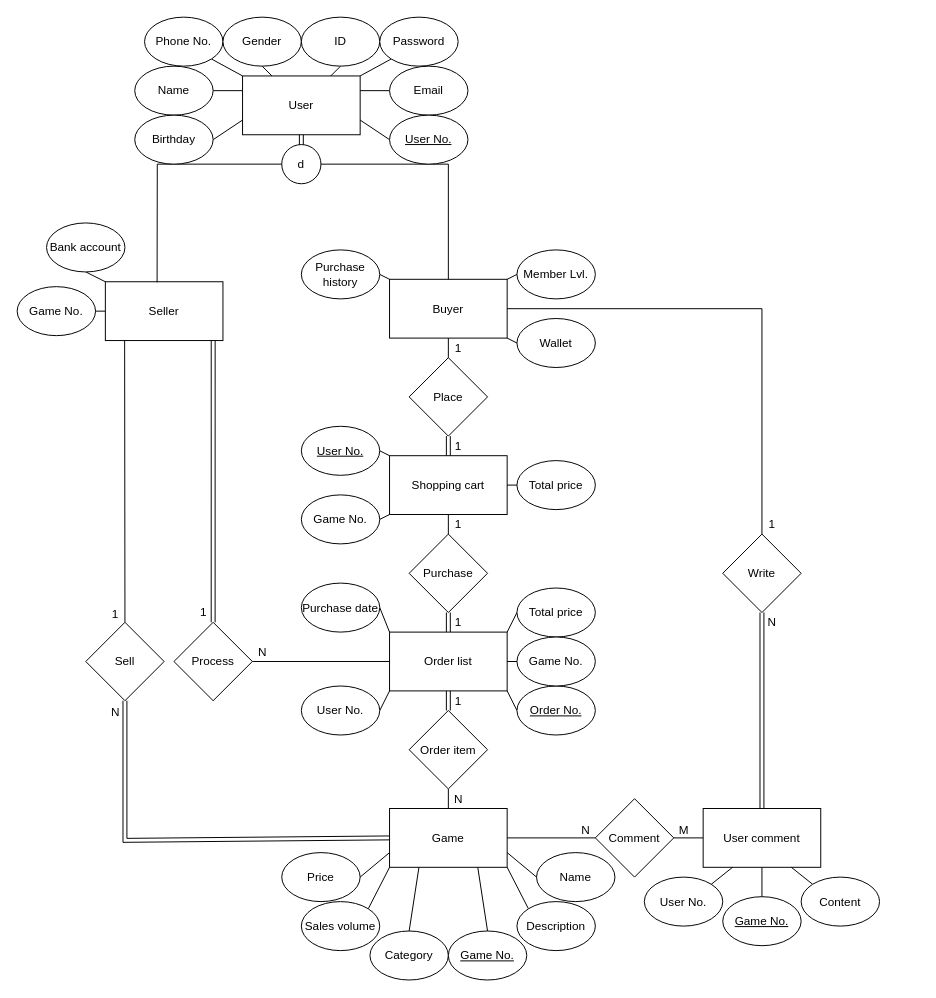
The draw.io diagram page "ER Diagram" (2 of 3) of DBMS.drawio in 13urgerKing/109-1DBMS, before the edit. Source tidied: cells renumbered, new cells numbered last; positions are measured from the earlier drawing's top-left corner, leaving out a move shared by most shapes. Both pictures are drawn from the tidied source at 98%, with x=0, y=0 at pixel (17, 17).
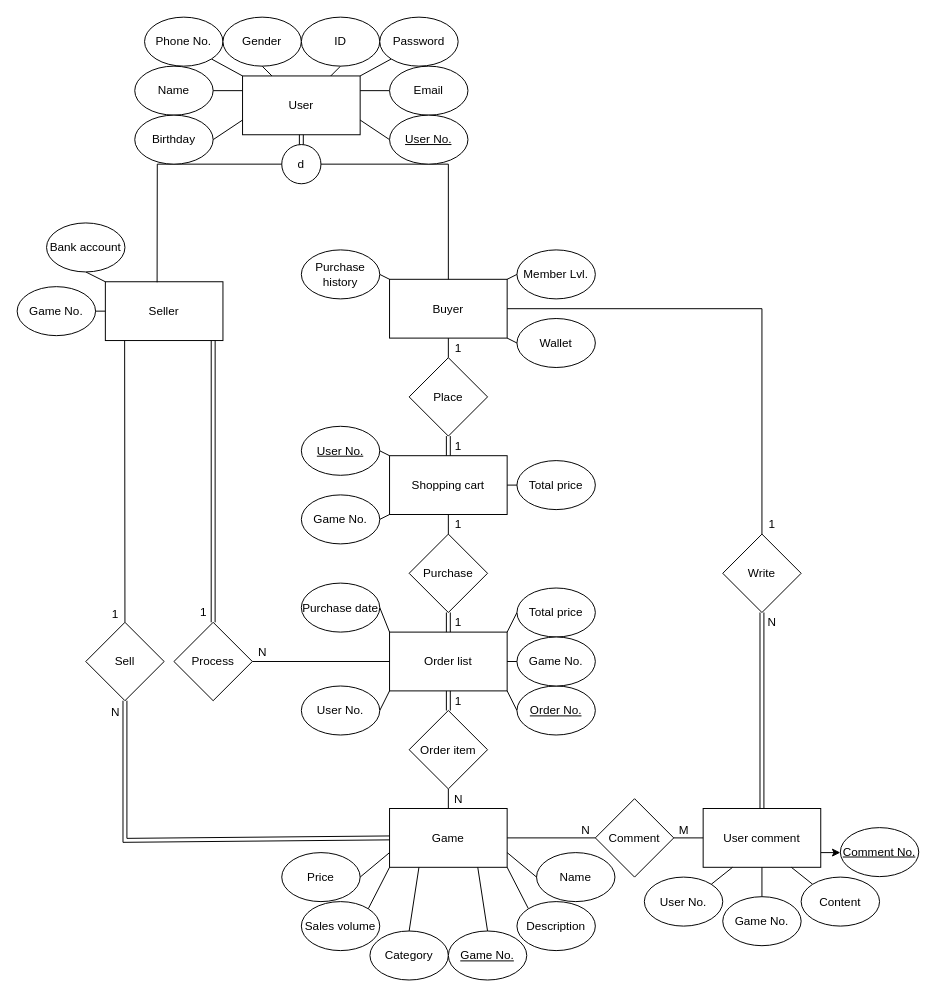
The same page after the edit.

Unchanged cells that the change refers to:
```xml
<mxCell id="90" value="User comment" style="rounded=0;whiteSpace=wrap;html=1;" parent="1" vertex="1">
  <mxGeometry x="700" y="807.5" width="120" height="60" as="geometry" />
</mxCell>
```

Diff of the diagram source:
```diff
@@
+    <mxCell id="109" style="edgeStyle=orthogonalEdgeStyle;rounded=0;jettySize=auto;html=1;exitX=1;exitY=0.75;exitDx=0;exitDy=0;entryX=0;entryY=0.5;entryDx=0;entryDy=0;" parent="1" edge="1" source="90" target="110">
+      <mxGeometry relative="1" as="geometry" />
+    </mxCell>
@@
-    <mxCell id="94" value="Game No." style="ellipse;whiteSpace=wrap;html=1;fontStyle=4;" parent="1" vertex="1">
+    <mxCell id="94" value="Game No." style="ellipse;whiteSpace=wrap;html=1;fontStyle=0;" parent="1" vertex="1">
       <mxGeometry x="720" y="897.5" width="80" height="50" as="geometry" />
     </mxCell>
@@
+    <mxCell id="110" value="Comment No." style="ellipse;whiteSpace=wrap;html=1;fontStyle=4;" parent="1" vertex="1">
+      <mxGeometry x="840" y="827" width="80" height="50" as="geometry" />
+    </mxCell>
```
